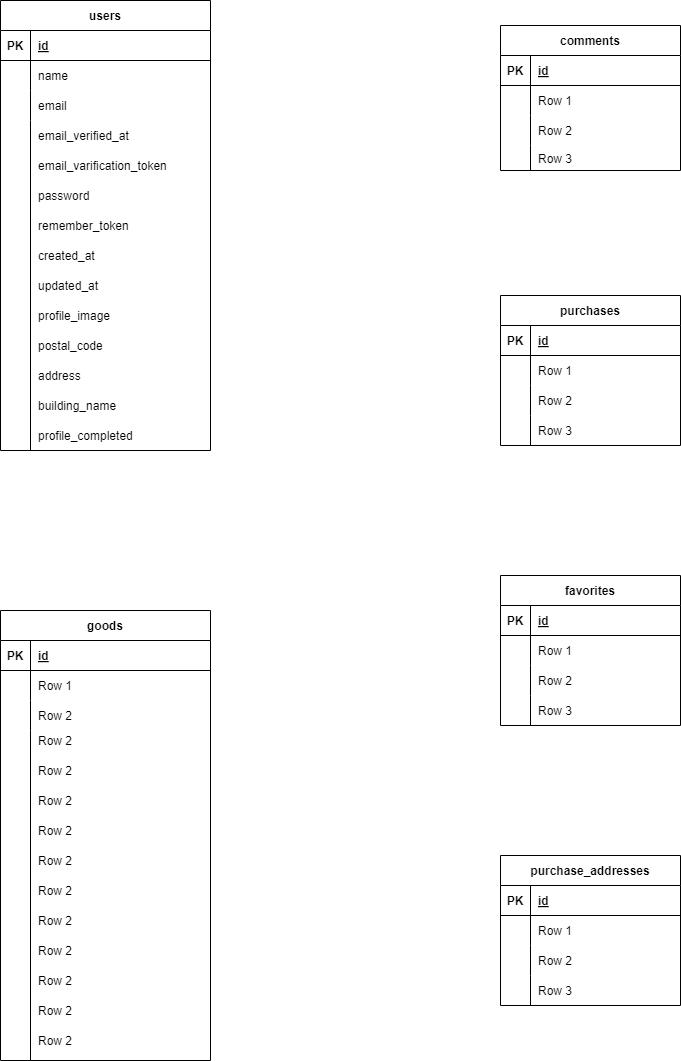
Before: free-market.drawio.png, a diagram exported from draw.io (adashinobobuko/coachtechfreemarket). Source tidied: cells renumbered, new cells last; positions are measured from the earlier drawing's top-left corner, leaving out a move shared by most shapes.
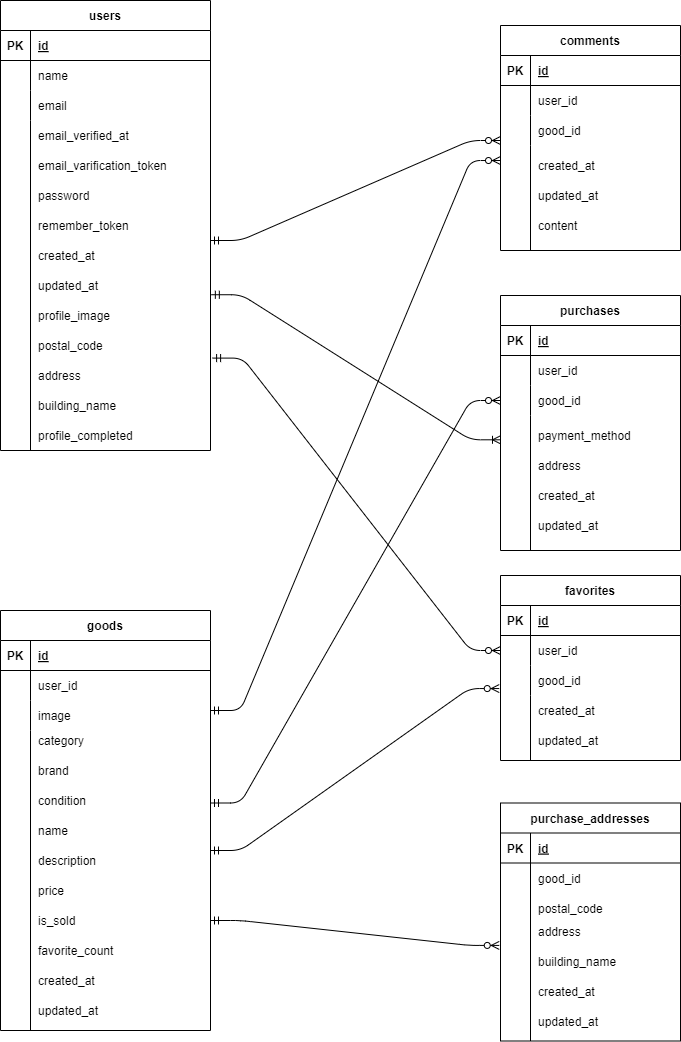
Above is the later version.

Diff of the diagram source:
```diff
@@ -44,3 +44,3 @@
     <mxCell id="15" value="comments" style="shape=table;startSize=30;rowLines=0;fontStyle=1;align=center;" parent="1" vertex="1">
-      <mxGeometry x="500" y="25" width="180" height="145" as="geometry" />
+      <mxGeometry x="500" y="25" width="180" height="225" as="geometry" />
     </mxCell>
@@ -61,3 +61,3 @@
     </mxCell>
-    <mxCell id="21" value="Row 1" style="shape=partialRectangle;fillColor=none;top=0;left=0;bottom=0;right=0;align=left;spacingLeft=6;overflow=hidden;" parent="19" vertex="1">
+    <mxCell id="21" value="user_id" style="shape=partialRectangle;fillColor=none;top=0;left=0;bottom=0;right=0;align=left;spacingLeft=6;overflow=hidden;" parent="19" vertex="1">
       <mxGeometry x="30" width="150" height="30" as="geometry" />
@@ -70,3 +70,3 @@
     </mxCell>
-    <mxCell id="24" value="Row 2" style="shape=partialRectangle;fillColor=none;top=0;left=0;bottom=0;right=0;align=left;spacingLeft=6;overflow=hidden;" parent="22" vertex="1">
+    <mxCell id="24" value="good_id" style="shape=partialRectangle;fillColor=none;top=0;left=0;bottom=0;right=0;align=left;spacingLeft=6;overflow=hidden;" parent="22" vertex="1">
       <mxGeometry x="30" width="150" height="30" as="geometry" />
@@ -74,12 +74,12 @@
     <mxCell id="25" style="shape=tableRow;horizontal=0;startSize=0;swimlaneHead=0;swimlaneBody=0;fillColor=none;points=[[0,0.5],[1,0.5]];portConstraint=eastwest;top=0;left=0;right=0;bottom=0;" parent="15" vertex="1">
-      <mxGeometry y="120" width="180" height="25" as="geometry" />
+      <mxGeometry y="120" width="180" height="105" as="geometry" />
     </mxCell>
     <mxCell id="26" style="shape=partialRectangle;fillColor=none;top=0;left=0;bottom=0;right=0;overflow=hidden;" parent="25" vertex="1">
-      <mxGeometry width="30" height="25" as="geometry" />
+      <mxGeometry width="30" height="105" as="geometry" />
     </mxCell>
-    <mxCell id="27" value="Row 3" style="shape=partialRectangle;fillColor=none;top=0;left=0;bottom=0;right=0;align=left;spacingLeft=6;overflow=hidden;" parent="25" vertex="1">
-      <mxGeometry x="30" width="150" height="25" as="geometry" />
+    <mxCell id="27" style="shape=partialRectangle;fillColor=none;top=0;left=0;bottom=0;right=0;align=left;spacingLeft=6;overflow=hidden;" parent="25" vertex="1">
+      <mxGeometry x="30" width="150" height="105" as="geometry" />
     </mxCell>
     <mxCell id="28" value="purchases" style="shape=table;startSize=30;rowLines=0;fontStyle=1;align=center;" parent="1" vertex="1">
-      <mxGeometry x="500" y="295" width="180" height="150" as="geometry" />
+      <mxGeometry x="500" y="295" width="180" height="255" as="geometry" />
     </mxCell>
@@ -100,3 +100,3 @@
     </mxCell>
-    <mxCell id="34" value="Row 1" style="shape=partialRectangle;fillColor=none;top=0;left=0;bottom=0;right=0;align=left;spacingLeft=6;overflow=hidden;" parent="32" vertex="1">
+    <mxCell id="34" value="user_id" style="shape=partialRectangle;fillColor=none;top=0;left=0;bottom=0;right=0;align=left;spacingLeft=6;overflow=hidden;" parent="32" vertex="1">
       <mxGeometry x="30" width="150" height="30" as="geometry" />
@@ -109,3 +109,3 @@
     </mxCell>
-    <mxCell id="37" value="Row 2" style="shape=partialRectangle;fillColor=none;top=0;left=0;bottom=0;right=0;align=left;spacingLeft=6;overflow=hidden;" parent="35" vertex="1">
+    <mxCell id="37" value="good_id" style="shape=partialRectangle;fillColor=none;top=0;left=0;bottom=0;right=0;align=left;spacingLeft=6;overflow=hidden;" parent="35" vertex="1">
       <mxGeometry x="30" width="150" height="30" as="geometry" />
@@ -113,12 +113,12 @@
     <mxCell id="38" style="shape=tableRow;horizontal=0;startSize=0;swimlaneHead=0;swimlaneBody=0;fillColor=none;points=[[0,0.5],[1,0.5]];portConstraint=eastwest;top=0;left=0;right=0;bottom=0;" parent="28" vertex="1">
-      <mxGeometry y="120" width="180" height="30" as="geometry" />
+      <mxGeometry y="120" width="180" height="135" as="geometry" />
     </mxCell>
     <mxCell id="39" style="shape=partialRectangle;fillColor=none;top=0;left=0;bottom=0;right=0;overflow=hidden;" parent="38" vertex="1">
-      <mxGeometry width="30" height="30" as="geometry" />
+      <mxGeometry width="30" height="135" as="geometry" />
     </mxCell>
-    <mxCell id="40" value="Row 3" style="shape=partialRectangle;fillColor=none;top=0;left=0;bottom=0;right=0;align=left;spacingLeft=6;overflow=hidden;" parent="38" vertex="1">
-      <mxGeometry x="30" width="150" height="30" as="geometry" />
+    <mxCell id="40" style="shape=partialRectangle;fillColor=none;top=0;left=0;bottom=0;right=0;align=left;spacingLeft=6;overflow=hidden;" parent="38" vertex="1">
+      <mxGeometry x="30" width="150" height="135" as="geometry" />
     </mxCell>
     <mxCell id="41" value="favorites" style="shape=table;startSize=30;rowLines=0;fontStyle=1;align=center;" parent="1" vertex="1">
-      <mxGeometry x="500" y="575" width="180" height="150" as="geometry" />
+      <mxGeometry x="500" y="575" width="180" height="185" as="geometry" />
     </mxCell>
@@ -139,3 +139,3 @@
     </mxCell>
-    <mxCell id="47" value="Row 1" style="shape=partialRectangle;fillColor=none;top=0;left=0;bottom=0;right=0;align=left;spacingLeft=6;overflow=hidden;" parent="45" vertex="1">
+    <mxCell id="47" value="user_id" style="shape=partialRectangle;fillColor=none;top=0;left=0;bottom=0;right=0;align=left;spacingLeft=6;overflow=hidden;" parent="45" vertex="1">
       <mxGeometry x="30" width="150" height="30" as="geometry" />
@@ -148,3 +148,3 @@
     </mxCell>
-    <mxCell id="50" value="Row 2" style="shape=partialRectangle;fillColor=none;top=0;left=0;bottom=0;right=0;align=left;spacingLeft=6;overflow=hidden;" parent="48" vertex="1">
+    <mxCell id="50" value="good_id" style="shape=partialRectangle;fillColor=none;top=0;left=0;bottom=0;right=0;align=left;spacingLeft=6;overflow=hidden;" parent="48" vertex="1">
       <mxGeometry x="30" width="150" height="30" as="geometry" />
@@ -152,12 +152,12 @@
     <mxCell id="51" style="shape=tableRow;horizontal=0;startSize=0;swimlaneHead=0;swimlaneBody=0;fillColor=none;points=[[0,0.5],[1,0.5]];portConstraint=eastwest;top=0;left=0;right=0;bottom=0;" parent="41" vertex="1">
-      <mxGeometry y="120" width="180" height="30" as="geometry" />
+      <mxGeometry y="120" width="180" height="65" as="geometry" />
     </mxCell>
     <mxCell id="52" style="shape=partialRectangle;fillColor=none;top=0;left=0;bottom=0;right=0;overflow=hidden;" parent="51" vertex="1">
-      <mxGeometry width="30" height="30" as="geometry" />
+      <mxGeometry width="30" height="65" as="geometry" />
     </mxCell>
-    <mxCell id="53" value="Row 3" style="shape=partialRectangle;fillColor=none;top=0;left=0;bottom=0;right=0;align=left;spacingLeft=6;overflow=hidden;" parent="51" vertex="1">
-      <mxGeometry x="30" width="150" height="30" as="geometry" />
+    <mxCell id="53" style="shape=partialRectangle;fillColor=none;top=0;left=0;bottom=0;right=0;align=left;spacingLeft=6;overflow=hidden;" parent="51" vertex="1">
+      <mxGeometry x="30" width="150" height="65" as="geometry" />
     </mxCell>
     <mxCell id="54" value="purchase_addresses" style="shape=table;startSize=30;rowLines=0;fontStyle=1;align=center;" parent="1" vertex="1">
-      <mxGeometry x="500" y="855" width="180" height="150" as="geometry" />
+      <mxGeometry x="500" y="802.5" width="180" height="238" as="geometry" />
     </mxCell>
@@ -178,3 +178,3 @@
     </mxCell>
-    <mxCell id="60" value="Row 1" style="shape=partialRectangle;fillColor=none;top=0;left=0;bottom=0;right=0;align=left;spacingLeft=6;overflow=hidden;" parent="58" vertex="1">
+    <mxCell id="60" value="good_id" style="shape=partialRectangle;fillColor=none;top=0;left=0;bottom=0;right=0;align=left;spacingLeft=6;overflow=hidden;" parent="58" vertex="1">
       <mxGeometry x="30" width="150" height="30" as="geometry" />
@@ -187,3 +187,3 @@
     </mxCell>
-    <mxCell id="63" value="Row 2" style="shape=partialRectangle;fillColor=none;top=0;left=0;bottom=0;right=0;align=left;spacingLeft=6;overflow=hidden;" parent="61" vertex="1">
+    <mxCell id="63" value="postal_code" style="shape=partialRectangle;fillColor=none;top=0;left=0;bottom=0;right=0;align=left;spacingLeft=6;overflow=hidden;" parent="61" vertex="1">
       <mxGeometry x="30" width="150" height="30" as="geometry" />
@@ -191,12 +191,12 @@
     <mxCell id="64" style="shape=tableRow;horizontal=0;startSize=0;swimlaneHead=0;swimlaneBody=0;fillColor=none;points=[[0,0.5],[1,0.5]];portConstraint=eastwest;top=0;left=0;right=0;bottom=0;" parent="54" vertex="1">
-      <mxGeometry y="120" width="180" height="30" as="geometry" />
+      <mxGeometry y="120" width="180" height="118" as="geometry" />
     </mxCell>
     <mxCell id="65" style="shape=partialRectangle;fillColor=none;top=0;left=0;bottom=0;right=0;overflow=hidden;" parent="64" vertex="1">
-      <mxGeometry width="30" height="30" as="geometry" />
+      <mxGeometry width="30" height="118" as="geometry" />
     </mxCell>
-    <mxCell id="66" value="Row 3" style="shape=partialRectangle;fillColor=none;top=0;left=0;bottom=0;right=0;align=left;spacingLeft=6;overflow=hidden;" parent="64" vertex="1">
-      <mxGeometry x="30" width="150" height="30" as="geometry" />
+    <mxCell id="66" style="shape=partialRectangle;fillColor=none;top=0;left=0;bottom=0;right=0;align=left;spacingLeft=6;overflow=hidden;" parent="64" vertex="1">
+      <mxGeometry x="30" width="150" height="118" as="geometry" />
     </mxCell>
     <mxCell id="67" value="goods" style="shape=table;startSize=30;rowLines=0;fontStyle=1;align=center;" parent="1" vertex="1">
-      <mxGeometry y="610" width="210" height="450" as="geometry" />
+      <mxGeometry y="610" width="210" height="420" as="geometry" />
     </mxCell>
@@ -217,3 +217,3 @@
     </mxCell>
-    <mxCell id="73" value="Row 1" style="shape=partialRectangle;fillColor=none;top=0;left=0;bottom=0;right=0;align=left;spacingLeft=6;overflow=hidden;" parent="71" vertex="1">
+    <mxCell id="73" value="user_id" style="shape=partialRectangle;fillColor=none;top=0;left=0;bottom=0;right=0;align=left;spacingLeft=6;overflow=hidden;" parent="71" vertex="1">
       <mxGeometry x="30" width="180" height="30" as="geometry" />
@@ -226,3 +226,3 @@
     </mxCell>
-    <mxCell id="76" value="Row 2" style="shape=partialRectangle;fillColor=none;top=0;left=0;bottom=0;right=0;align=left;spacingLeft=6;overflow=hidden;" parent="74" vertex="1">
+    <mxCell id="76" value="image" style="shape=partialRectangle;fillColor=none;top=0;left=0;bottom=0;right=0;align=left;spacingLeft=6;overflow=hidden;" parent="74" vertex="1">
       <mxGeometry x="30" width="180" height="30" as="geometry" />
@@ -230,9 +230,9 @@
     <mxCell id="77" style="shape=tableRow;horizontal=0;startSize=0;swimlaneHead=0;swimlaneBody=0;fillColor=none;top=0;left=0;right=0;bottom=0;" parent="67" vertex="1">
-      <mxGeometry y="120" width="210" height="330" as="geometry" />
+      <mxGeometry y="120" width="210" height="300" as="geometry" />
     </mxCell>
     <mxCell id="78" style="shape=partialRectangle;fillColor=none;top=0;left=0;bottom=0;right=0;overflow=hidden;" parent="77" vertex="1">
-      <mxGeometry width="30" height="330" as="geometry" />
+      <mxGeometry width="30" height="300" as="geometry" />
     </mxCell>
     <mxCell id="79" style="shape=partialRectangle;fillColor=none;top=0;left=0;bottom=0;right=0;align=left;spacingLeft=6;overflow=hidden;" parent="77" vertex="1">
-      <mxGeometry x="30" width="180" height="330" as="geometry" />
+      <mxGeometry x="30" width="180" height="300" as="geometry" />
     </mxCell>
@@ -271,35 +271,122 @@
     </mxCell>
-    <mxCell id="91" value="Row 2" style="shape=partialRectangle;fillColor=none;top=0;left=0;bottom=0;right=0;align=left;spacingLeft=6;overflow=hidden;" parent="1" vertex="1">
+    <mxCell id="91" value="category" style="shape=partialRectangle;fillColor=none;top=0;left=0;bottom=0;right=0;align=left;spacingLeft=6;overflow=hidden;" parent="1" vertex="1">
       <mxGeometry x="30" y="725" width="180" height="30" as="geometry" />
     </mxCell>
-    <mxCell id="92" value="Row 2" style="shape=partialRectangle;fillColor=none;top=0;left=0;bottom=0;right=0;align=left;spacingLeft=6;overflow=hidden;" parent="1" vertex="1">
+    <mxCell id="92" value="brand" style="shape=partialRectangle;fillColor=none;top=0;left=0;bottom=0;right=0;align=left;spacingLeft=6;overflow=hidden;" parent="1" vertex="1">
       <mxGeometry x="30" y="755" width="180" height="30" as="geometry" />
     </mxCell>
-    <mxCell id="93" value="Row 2" style="shape=partialRectangle;fillColor=none;top=0;left=0;bottom=0;right=0;align=left;spacingLeft=6;overflow=hidden;" parent="1" vertex="1">
+    <mxCell id="93" value="condition" style="shape=partialRectangle;fillColor=none;top=0;left=0;bottom=0;right=0;align=left;spacingLeft=6;overflow=hidden;" parent="1" vertex="1">
       <mxGeometry x="30" y="785" width="180" height="30" as="geometry" />
     </mxCell>
-    <mxCell id="94" value="Row 2" style="shape=partialRectangle;fillColor=none;top=0;left=0;bottom=0;right=0;align=left;spacingLeft=6;overflow=hidden;" parent="1" vertex="1">
+    <mxCell id="94" value="name" style="shape=partialRectangle;fillColor=none;top=0;left=0;bottom=0;right=0;align=left;spacingLeft=6;overflow=hidden;" parent="1" vertex="1">
       <mxGeometry x="30" y="815" width="180" height="30" as="geometry" />
     </mxCell>
-    <mxCell id="95" value="Row 2" style="shape=partialRectangle;fillColor=none;top=0;left=0;bottom=0;right=0;align=left;spacingLeft=6;overflow=hidden;" parent="1" vertex="1">
+    <mxCell id="95" value="description" style="shape=partialRectangle;fillColor=none;top=0;left=0;bottom=0;right=0;align=left;spacingLeft=6;overflow=hidden;" parent="1" vertex="1">
       <mxGeometry x="30" y="845" width="180" height="30" as="geometry" />
     </mxCell>
-    <mxCell id="96" value="Row 2" style="shape=partialRectangle;fillColor=none;top=0;left=0;bottom=0;right=0;align=left;spacingLeft=6;overflow=hidden;" parent="1" vertex="1">
+    <mxCell id="96" value="price" style="shape=partialRectangle;fillColor=none;top=0;left=0;bottom=0;right=0;align=left;spacingLeft=6;overflow=hidden;" parent="1" vertex="1">
       <mxGeometry x="30" y="875" width="180" height="30" as="geometry" />
     </mxCell>
-    <mxCell id="97" value="Row 2" style="shape=partialRectangle;fillColor=none;top=0;left=0;bottom=0;right=0;align=left;spacingLeft=6;overflow=hidden;" parent="1" vertex="1">
+    <mxCell id="97" value="is_sold" style="shape=partialRectangle;fillColor=none;top=0;left=0;bottom=0;right=0;align=left;spacingLeft=6;overflow=hidden;" parent="1" vertex="1">
       <mxGeometry x="30" y="905" width="180" height="30" as="geometry" />
     </mxCell>
-    <mxCell id="98" value="Row 2" style="shape=partialRectangle;fillColor=none;top=0;left=0;bottom=0;right=0;align=left;spacingLeft=6;overflow=hidden;" parent="1" vertex="1">
+    <mxCell id="98" value="favorite_count" style="shape=partialRectangle;fillColor=none;top=0;left=0;bottom=0;right=0;align=left;spacingLeft=6;overflow=hidden;" parent="1" vertex="1">
       <mxGeometry x="30" y="935" width="180" height="30" as="geometry" />
     </mxCell>
-    <mxCell id="99" value="Row 2" style="shape=partialRectangle;fillColor=none;top=0;left=0;bottom=0;right=0;align=left;spacingLeft=6;overflow=hidden;" parent="1" vertex="1">
+    <mxCell id="99" value="created_at" style="shape=partialRectangle;fillColor=none;top=0;left=0;bottom=0;right=0;align=left;spacingLeft=6;overflow=hidden;" parent="1" vertex="1">
       <mxGeometry x="30" y="965" width="180" height="30" as="geometry" />
     </mxCell>
-    <mxCell id="100" value="Row 2" style="shape=partialRectangle;fillColor=none;top=0;left=0;bottom=0;right=0;align=left;spacingLeft=6;overflow=hidden;" parent="1" vertex="1">
+    <mxCell id="100" value="updated_at" style="shape=partialRectangle;fillColor=none;top=0;left=0;bottom=0;right=0;align=left;spacingLeft=6;overflow=hidden;" parent="1" vertex="1">
       <mxGeometry x="30" y="995" width="180" height="30" as="geometry" />
     </mxCell>
-    <mxCell id="101" value="Row 2" style="shape=partialRectangle;fillColor=none;top=0;left=0;bottom=0;right=0;align=left;spacingLeft=6;overflow=hidden;" parent="1" vertex="1">
-      <mxGeometry x="30" y="1025" width="180" height="30" as="geometry" />
+    <mxCell id="101" value="created_at" style="shape=partialRectangle;fillColor=none;top=0;left=0;bottom=0;right=0;align=left;spacingLeft=6;overflow=hidden;" parent="1" vertex="1">
+      <mxGeometry x="530" y="150" width="150" height="30" as="geometry" />
     </mxCell>
+    <mxCell id="102" value="updated_at" style="shape=partialRectangle;fillColor=none;top=0;left=0;bottom=0;right=0;align=left;spacingLeft=6;overflow=hidden;" parent="1" vertex="1">
+      <mxGeometry x="530" y="180" width="150" height="30" as="geometry" />
+    </mxCell>
+    <mxCell id="103" value="content" style="shape=partialRectangle;fillColor=none;top=0;left=0;bottom=0;right=0;align=left;spacingLeft=6;overflow=hidden;" parent="1" vertex="1">
+      <mxGeometry x="530" y="210" width="150" height="30" as="geometry" />
+    </mxCell>
+    <mxCell id="104" value="payment_method" style="shape=partialRectangle;fillColor=none;top=0;left=0;bottom=0;right=0;align=left;spacingLeft=6;overflow=hidden;" parent="1" vertex="1">
+      <mxGeometry x="530" y="420" width="150" height="30" as="geometry" />
+    </mxCell>
+    <mxCell id="105" value="address" style="shape=partialRectangle;fillColor=none;top=0;left=0;bottom=0;right=0;align=left;spacingLeft=6;overflow=hidden;" parent="1" vertex="1">
+      <mxGeometry x="530" y="450" width="150" height="30" as="geometry" />
+    </mxCell>
+    <mxCell id="106" value="created_at" style="shape=partialRectangle;fillColor=none;top=0;left=0;bottom=0;right=0;align=left;spacingLeft=6;overflow=hidden;" parent="1" vertex="1">
+      <mxGeometry x="530" y="480" width="150" height="30" as="geometry" />
+    </mxCell>
+    <mxCell id="107" value="updated_at" style="shape=partialRectangle;fillColor=none;top=0;left=0;bottom=0;right=0;align=left;spacingLeft=6;overflow=hidden;" parent="1" vertex="1">
+      <mxGeometry x="530" y="510" width="150" height="30" as="geometry" />
+    </mxCell>
+    <mxCell id="108" value="created_at" style="shape=partialRectangle;fillColor=none;top=0;left=0;bottom=0;right=0;align=left;spacingLeft=6;overflow=hidden;" parent="1" vertex="1">
+      <mxGeometry x="530" y="695" width="150" height="30" as="geometry" />
+    </mxCell>
+    <mxCell id="109" value="updated_at" style="shape=partialRectangle;fillColor=none;top=0;left=0;bottom=0;right=0;align=left;spacingLeft=6;overflow=hidden;" parent="1" vertex="1">
+      <mxGeometry x="530" y="725" width="150" height="30" as="geometry" />
+    </mxCell>
+    <mxCell id="110" value="address" style="shape=partialRectangle;fillColor=none;top=0;left=0;bottom=0;right=0;align=left;spacingLeft=6;overflow=hidden;" parent="1" vertex="1">
+      <mxGeometry x="530" y="916.2" width="150" height="30" as="geometry" />
+    </mxCell>
+    <mxCell id="111" value="building_name" style="shape=partialRectangle;fillColor=none;top=0;left=0;bottom=0;right=0;align=left;spacingLeft=6;overflow=hidden;" parent="1" vertex="1">
+      <mxGeometry x="530" y="946.2" width="150" height="30" as="geometry" />
+    </mxCell>
+    <mxCell id="112" value="created_at" style="shape=partialRectangle;fillColor=none;top=0;left=0;bottom=0;right=0;align=left;spacingLeft=6;overflow=hidden;" parent="1" vertex="1">
+      <mxGeometry x="530" y="976.2" width="150" height="30" as="geometry" />
+    </mxCell>
+    <mxCell id="113" value="updated_at" style="shape=partialRectangle;fillColor=none;top=0;left=0;bottom=0;right=0;align=left;spacingLeft=6;overflow=hidden;" parent="1" vertex="1">
+      <mxGeometry x="530" y="1006.2" width="150" height="30" as="geometry" />
+    </mxCell>
+    <mxCell id="114" style="edgeStyle=entityRelationEdgeStyle;fontSize=12;html=1;endArrow=ERzeroToMany;startArrow=ERmandOne;" parent="1" edge="1">
+      <mxGeometry relative="1" as="geometry">
+        <mxPoint x="210" y="240" as="sourcePoint" />
+        <mxPoint x="500" y="140" as="targetPoint" />
+        <Array as="points">
+          <mxPoint x="560" y="150" />
+        </Array>
+      </mxGeometry>
+    </mxCell>
+    <mxCell id="115" style="edgeStyle=entityRelationEdgeStyle;fontSize=12;html=1;endArrow=ERoneToMany;startArrow=ERmandOne;entryX=0;entryY=0.18;entryDx=0;entryDy=0;entryPerimeter=0;exitX=1.004;exitY=0.528;exitDx=0;exitDy=0;exitPerimeter=0;" parent="1" edge="1" source="12" target="38">
+      <mxGeometry relative="1" as="geometry" />
+    </mxCell>
+    <mxCell id="116" style="edgeStyle=entityRelationEdgeStyle;fontSize=12;html=1;endArrow=ERzeroToMany;startArrow=ERmandOne;entryX=0;entryY=0.5;entryDx=0;entryDy=0;exitX=1.01;exitY=0.72;exitDx=0;exitDy=0;exitPerimeter=0;" parent="1" edge="1" source="12" target="45">
+      <mxGeometry relative="1" as="geometry">
+        <Array as="points">
+          <mxPoint x="560" y="320" />
+        </Array>
+      </mxGeometry>
+    </mxCell>
+    <mxCell id="117" style="edgeStyle=entityRelationEdgeStyle;fontSize=12;html=1;endArrow=ERzeroToMany;startArrow=ERmandOne;entryX=0;entryY=0.143;entryDx=0;entryDy=0;entryPerimeter=0;" parent="1" edge="1" target="25">
+      <mxGeometry relative="1" as="geometry">
+        <mxPoint x="210" y="710" as="sourcePoint" />
+        <Array as="points">
+          <mxPoint x="560" y="620" />
+        </Array>
+      </mxGeometry>
+    </mxCell>
+    <mxCell id="118" style="edgeStyle=entityRelationEdgeStyle;fontSize=12;html=1;endArrow=ERzeroToMany;startArrow=ERmandOne;entryX=0;entryY=0.5;entryDx=0;entryDy=0;" parent="1" edge="1" target="35">
+      <mxGeometry relative="1" as="geometry">
+        <mxPoint x="210" y="802.5" as="sourcePoint" />
+        <Array as="points">
+          <mxPoint x="560" y="712.5" />
+        </Array>
+      </mxGeometry>
+    </mxCell>
+    <mxCell id="119" style="edgeStyle=entityRelationEdgeStyle;fontSize=12;html=1;endArrow=ERzeroToMany;startArrow=ERmandOne;entryX=-0.007;entryY=-0.107;entryDx=0;entryDy=0;entryPerimeter=0;" parent="1" edge="1" target="51">
+      <mxGeometry relative="1" as="geometry">
+        <mxPoint x="210" y="850" as="sourcePoint" />
+        <Array as="points">
+          <mxPoint x="570" y="722.5" />
+        </Array>
+      </mxGeometry>
+    </mxCell>
+    <mxCell id="120" style="edgeStyle=entityRelationEdgeStyle;fontSize=12;html=1;endArrow=ERzeroToMany;startArrow=ERmandOne;entryX=-0.007;entryY=0.19;entryDx=0;entryDy=0;entryPerimeter=0;" parent="1" edge="1" target="64">
+      <mxGeometry relative="1" as="geometry">
+        <mxPoint x="210" y="920" as="sourcePoint" />
+        <Array as="points">
+          <mxPoint x="580" y="732.5" />
+        </Array>
+      </mxGeometry>
+    </mxCell>
   </root>
```
